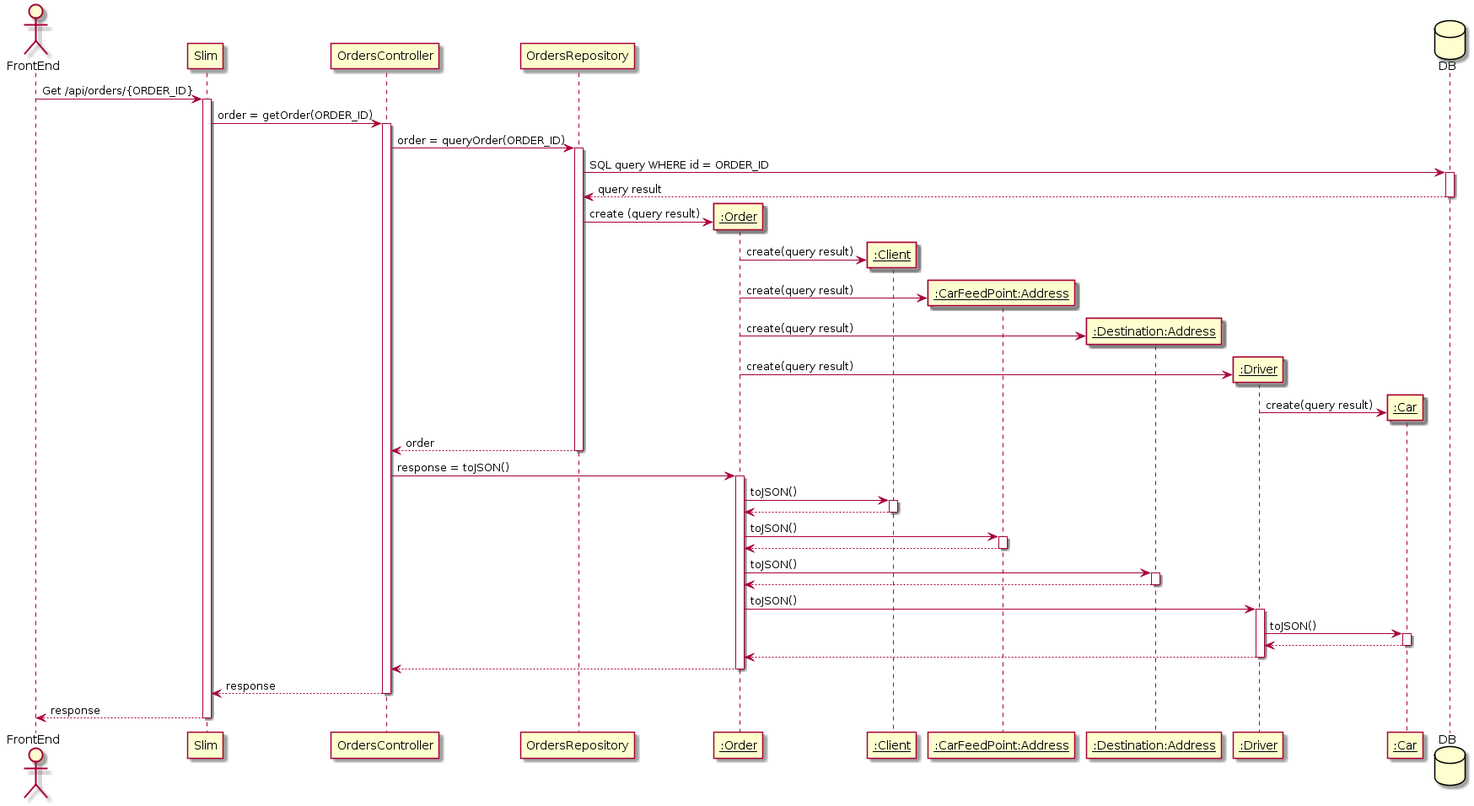
malvinkooo/taxiSystem keeps this PlantUML diagram as docs/BackEnd/SequenceDiagram/GetOrder.png. Above is the earlier version.
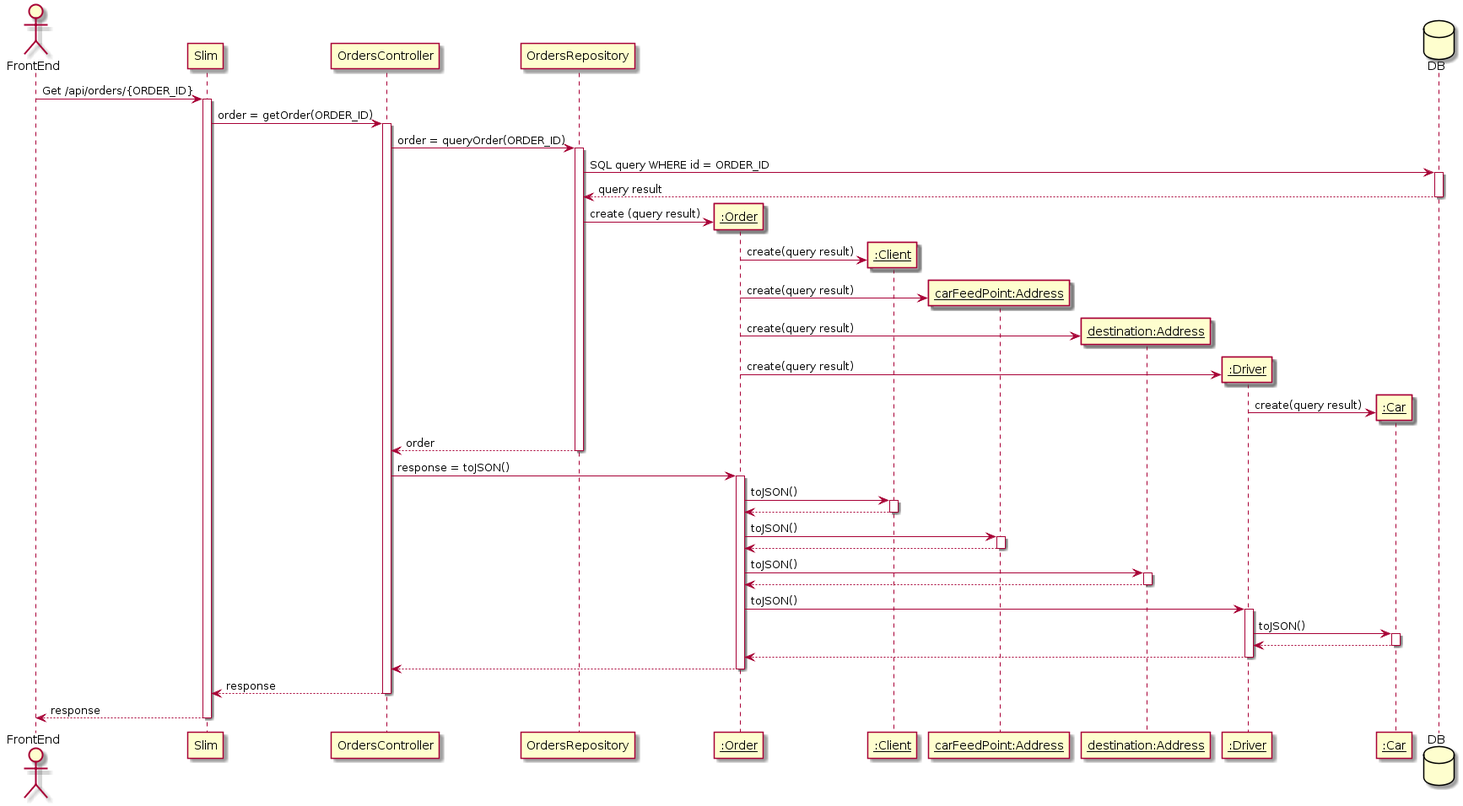
After the change.

The edit, as a diff of the source:
```diff
@@ -5,8 +5,8 @@
 participant OrdersRepository
 participant "__:Order__" as Order
 participant "__:Client__" as Client
-participant "__:CarFeedPoint:Address__" as CarFeedPoint
-participant "__:Destination:Address__" as Destination
+participant "__carFeedPoint:Address__" as CarFeedPoint
+participant "__destination:Address__" as Destination
 participant "__:Driver__" as Driver
 participant "__:Car__" as Car
 database DB
```
